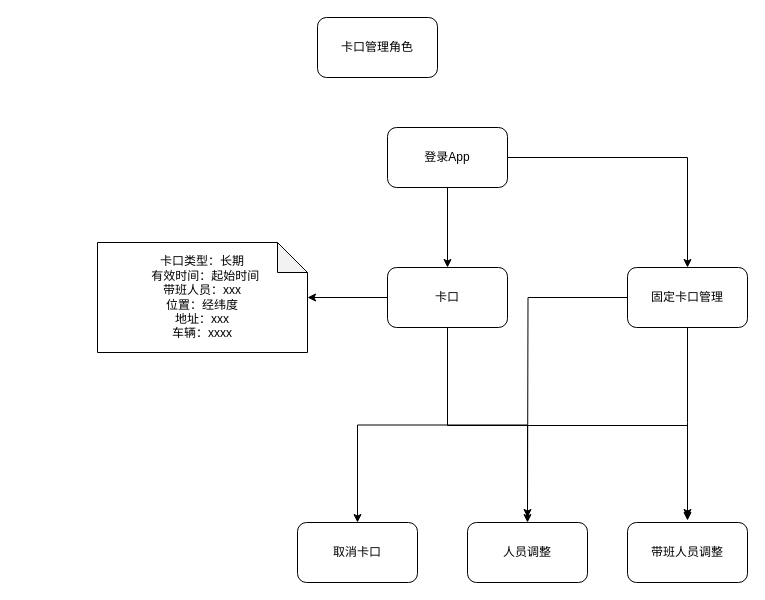
homebei2/diagramsNet keeps this draw.io diagram as Untitled Diagram.drawio. Above is the earlier version. Source tidied: cells renumbered, new cells numbered last; positions are measured from the earlier drawing's top-left corner, leaving out a move shared by most shapes. Both pictures are drawn from the tidied source at 100%, with x=0, y=0 at pixel (97, 17).
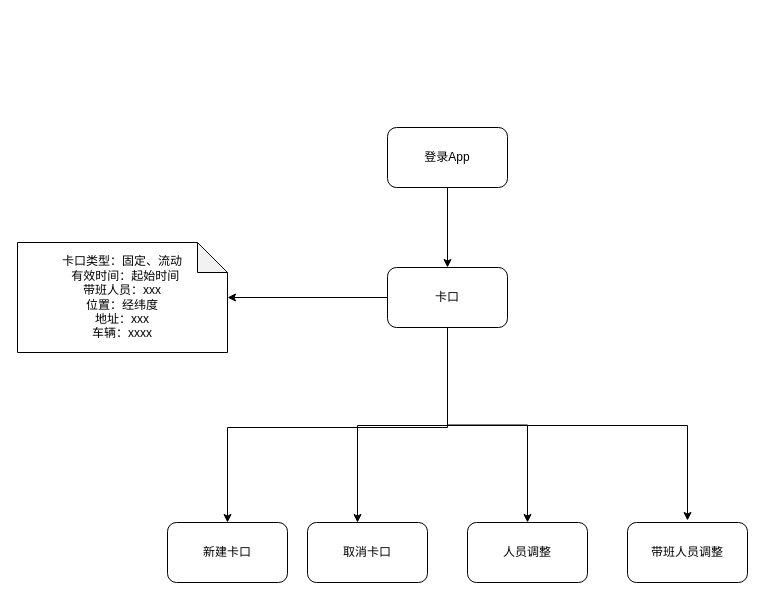
After the change.

Unchanged cells that the change refers to:
```xml
<mxCell id="5" value="登录App" style="rounded=1;whiteSpace=wrap;html=1;" parent="1" vertex="1">
  <mxGeometry x="290" y="110" width="120" height="60" as="geometry" />
</mxCell>
<mxCell id="10" value="卡口" style="rounded=1;whiteSpace=wrap;html=1;" parent="1" vertex="1">
  <mxGeometry x="290" y="250" width="120" height="60" as="geometry" />
</mxCell>
```

What changed in the source:
```diff
@@
-    <mxCell id="2" value="卡口管理角色" style="rounded=1;whiteSpace=wrap;html=1;" parent="1" vertex="1">
-      <mxGeometry x="220" width="120" height="60" as="geometry" />
-    </mxCell>
@@
-    <mxCell id="4" style="edgeStyle=orthogonalEdgeStyle;rounded=0;jettySize=auto;html=1;entryX=0.5;entryY=0;entryDx=0;entryDy=0;" parent="1" edge="1" source="5" target="17">
-      <mxGeometry relative="1" as="geometry" />
-    </mxCell>
@@
     <mxCell id="7" style="edgeStyle=orthogonalEdgeStyle;rounded=0;jettySize=auto;html=1;" parent="1" edge="1" source="10" target="12">
-      <mxGeometry relative="1" as="geometry" />
+      <mxGeometry relative="1" as="geometry">
+        <Array as="points">
+          <mxPoint x="350" y="408" />
+          <mxPoint x="260" y="408" />
+        </Array>
+      </mxGeometry>
     </mxCell>
@@
+    <mxCell id="18" style="edgeStyle=orthogonalEdgeStyle;rounded=0;jettySize=auto;html=1;" parent="1" edge="1" source="10" target="19">
+      <mxGeometry relative="1" as="geometry">
+        <Array as="points">
+          <mxPoint x="350" y="410" />
+          <mxPoint x="130" y="410" />
+        </Array>
+      </mxGeometry>
+    </mxCell>
@@
-    <mxCell id="11" value="卡口类型：长期&lt;br&gt;&amp;nbsp; 有效时间：起始时间&lt;br&gt;带班人员：xxx&lt;br&gt;位置：经纬度&lt;br&gt;地址：xxx&lt;br&gt;车辆：xxxx&lt;br&gt;" style="shape=note;whiteSpace=wrap;html=1;backgroundOutline=1;darkOpacity=0.05;rounded=1;" parent="1" vertex="1">
-      <mxGeometry y="225" width="210" height="110" as="geometry" />
+    <mxCell id="11" value="卡口类型：固定、流动&lt;br&gt;&amp;nbsp; 有效时间：起始时间&lt;br&gt;带班人员：xxx&lt;br&gt;位置：经纬度&lt;br&gt;地址：xxx&lt;br&gt;车辆：xxxx" style="shape=note;whiteSpace=wrap;html=1;backgroundOutline=1;darkOpacity=0.05;rounded=1;" parent="1" vertex="1">
+      <mxGeometry x="-80" y="225" width="210" height="110" as="geometry" />
     </mxCell>
     <mxCell id="12" value="取消卡口" style="rounded=1;whiteSpace=wrap;html=1;" parent="1" vertex="1">
-      <mxGeometry x="200" y="505" width="120" height="60" as="geometry" />
+      <mxGeometry x="210" y="505" width="120" height="60" as="geometry" />
     </mxCell>
@@
-    <mxCell id="15" style="edgeStyle=orthogonalEdgeStyle;rounded=0;jettySize=auto;html=1;" parent="1" edge="1" source="17">
-      <mxGeometry relative="1" as="geometry">
-        <mxPoint x="430" y="500" as="targetPoint" />
-      </mxGeometry>
-    </mxCell>
-    <mxCell id="16" style="edgeStyle=orthogonalEdgeStyle;rounded=0;jettySize=auto;html=1;" parent="1" edge="1" source="17">
-      <mxGeometry relative="1" as="geometry">
-        <mxPoint x="590" y="500" as="targetPoint" />
-      </mxGeometry>
-    </mxCell>
-    <mxCell id="17" value="固定卡口管理" style="rounded=1;whiteSpace=wrap;html=1;" parent="1" vertex="1">
-      <mxGeometry x="530" y="250" width="120" height="60" as="geometry" />
-    </mxCell>
+    <mxCell id="19" value="新建卡口" style="whiteSpace=wrap;html=1;rounded=1;" parent="1" vertex="1">
+      <mxGeometry x="70" y="505" width="120" height="60" as="geometry" />
+    </mxCell>
```
